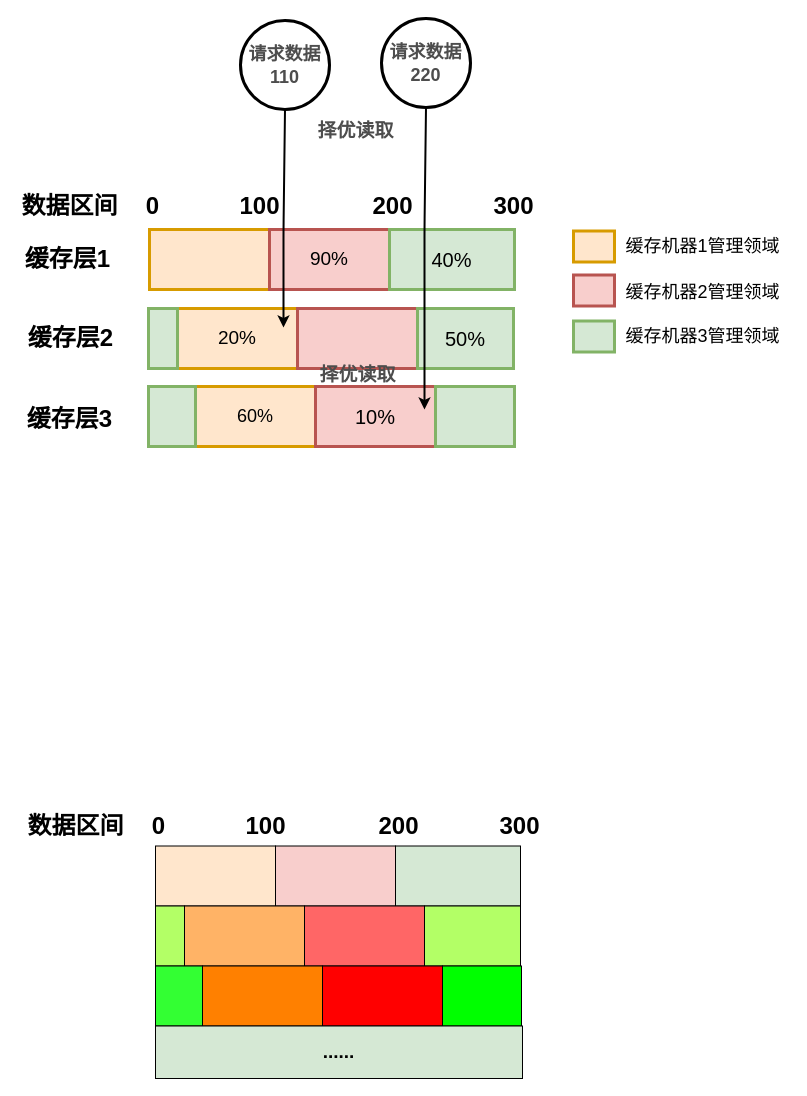
This is page "第 3 页" (3 of 4) of 未命名绘图.drawio from gettogetto/Flappybird, a draw.io file, before an edit. Source tidied: cells renumbered, new cells numbered last; positions are measured from the earlier drawing's top-left corner, leaving out a move shared by most shapes. Both pictures are drawn from the tidied source at 100%, with x=0, y=0 at pixel (17, 18).
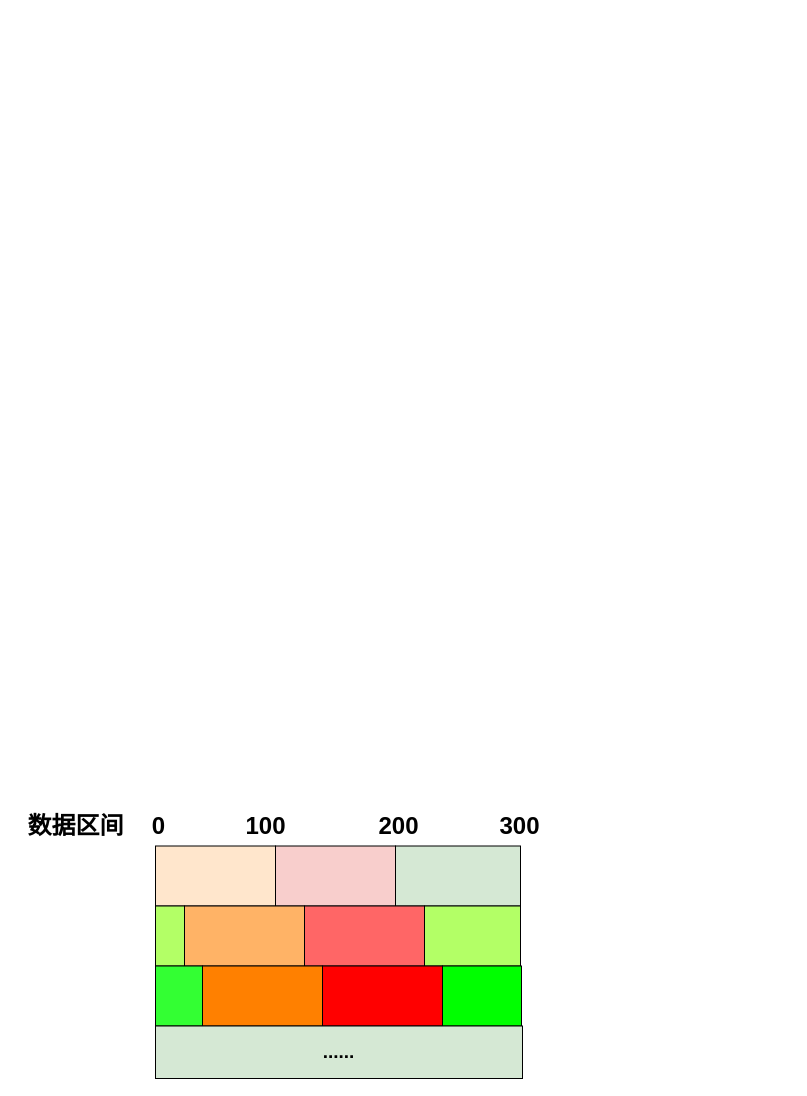
The same page after the edit.

Change to the diagram source:
```diff
@@
-    <mxCell id="2" style="rounded=0;whiteSpace=wrap;html=1;fillColor=#ffe6cc;strokeWidth=3;strokeColor=#d79b00;" parent="1" vertex="1">
-      <mxGeometry x="132" y="211" width="120" height="60" as="geometry" />
-    </mxCell>
-    <mxCell id="3" value="&lt;span&gt;&lt;font style=&quot;font-size: 19px&quot;&gt;90%&lt;/font&gt;&lt;/span&gt;" style="rounded=0;whiteSpace=wrap;html=1;fillColor=#f8cecc;strokeWidth=3;strokeColor=#b85450;" parent="1" vertex="1">
-      <mxGeometry x="252" y="211" width="120" height="60" as="geometry" />
-    </mxCell>
-    <mxCell id="4" value="40%" style="rounded=0;whiteSpace=wrap;html=1;fillColor=#d5e8d4;strokeWidth=3;strokeColor=#82b366;fontSize=20;" parent="1" vertex="1">
-      <mxGeometry x="372" y="211" width="125" height="60" as="geometry" />
-    </mxCell>
-    <mxCell id="5" value="缓存层1" style="text;strokeColor=none;fillColor=none;html=1;fontSize=24;fontStyle=1;verticalAlign=middle;align=center;" parent="1" vertex="1">
-      <mxGeometry y="221" width="100" height="40" as="geometry" />
-    </mxCell>
-    <mxCell id="6" value="缓存层2" style="text;strokeColor=none;fillColor=none;html=1;fontSize=24;fontStyle=1;verticalAlign=middle;align=center;" parent="1" vertex="1">
-      <mxGeometry x="3" y="300" width="100" height="40" as="geometry" />
-    </mxCell>
-    <mxCell id="7" value="缓存层3" style="text;strokeColor=none;fillColor=none;html=1;fontSize=24;fontStyle=1;verticalAlign=middle;align=center;" parent="1" vertex="1">
-      <mxGeometry x="2" y="381" width="100" height="40" as="geometry" />
-    </mxCell>
-    <mxCell id="8" value="&lt;font style=&quot;font-size: 19px&quot;&gt;20%&lt;/font&gt;" style="rounded=0;whiteSpace=wrap;html=1;fillColor=#ffe6cc;strokeWidth=3;strokeColor=#d79b00;" parent="1" vertex="1">
-      <mxGeometry x="160" y="290" width="120" height="60" as="geometry" />
-    </mxCell>
-    <mxCell id="9" style="rounded=0;whiteSpace=wrap;html=1;fillColor=#f8cecc;strokeWidth=3;strokeColor=#b85450;" parent="1" vertex="1">
-      <mxGeometry x="280" y="290" width="120" height="60" as="geometry" />
-    </mxCell>
-    <mxCell id="10" value="50%" style="rounded=0;whiteSpace=wrap;html=1;fillColor=#d5e8d4;strokeWidth=3;strokeColor=#82b366;fontSize=20;" parent="1" vertex="1">
-      <mxGeometry x="400" y="290" width="96" height="60" as="geometry" />
-    </mxCell>
-    <mxCell id="11" style="rounded=0;whiteSpace=wrap;html=1;fillColor=#d5e8d4;strokeWidth=3;strokeColor=#82b366;" parent="1" vertex="1">
-      <mxGeometry x="131" y="290" width="29" height="60" as="geometry" />
-    </mxCell>
-    <mxCell id="12" value="&lt;font style=&quot;font-size: 18px&quot;&gt;60%&lt;/font&gt;" style="rounded=0;whiteSpace=wrap;html=1;fillColor=#ffe6cc;strokeWidth=3;strokeColor=#d79b00;" parent="1" vertex="1">
-      <mxGeometry x="178" y="368" width="120" height="60" as="geometry" />
-    </mxCell>
-    <mxCell id="13" value="10%" style="rounded=0;whiteSpace=wrap;html=1;fillColor=#f8cecc;strokeWidth=3;strokeColor=#b85450;fontSize=20;" parent="1" vertex="1">
-      <mxGeometry x="298" y="368" width="120" height="60" as="geometry" />
-    </mxCell>
-    <mxCell id="14" style="rounded=0;whiteSpace=wrap;html=1;fillColor=#d5e8d4;strokeWidth=3;strokeColor=#82b366;" parent="1" vertex="1">
-      <mxGeometry x="418" y="368" width="79" height="60" as="geometry" />
-    </mxCell>
-    <mxCell id="15" style="rounded=0;whiteSpace=wrap;html=1;fillColor=#d5e8d4;strokeWidth=3;strokeColor=#82b366;" parent="1" vertex="1">
-      <mxGeometry x="131" y="368" width="47" height="60" as="geometry" />
-    </mxCell>
-    <mxCell id="16" style="rounded=0;whiteSpace=wrap;html=1;fillColor=#ffe6cc;strokeWidth=3;strokeColor=#d79b00;fontSize=16;" parent="1" vertex="1">
-      <mxGeometry x="556" y="212.5" width="41" height="31" as="geometry" />
-    </mxCell>
-    <mxCell id="17" value="缓存机器1管理领域" style="text;strokeColor=none;fillColor=none;html=1;fontSize=18;fontStyle=0;verticalAlign=middle;align=center;strokeWidth=1;" parent="1" vertex="1">
-      <mxGeometry x="597" y="208" width="176" height="40" as="geometry" />
-    </mxCell>
-    <mxCell id="18" style="rounded=0;whiteSpace=wrap;html=1;fillColor=#f8cecc;strokeWidth=3;strokeColor=#b85450;fontSize=16;" parent="1" vertex="1">
-      <mxGeometry x="556" y="256.5" width="41" height="31" as="geometry" />
-    </mxCell>
-    <mxCell id="19" value="缓存机器2管理领域" style="text;strokeColor=none;fillColor=none;html=1;fontSize=18;fontStyle=0;verticalAlign=middle;align=center;strokeWidth=1;" parent="1" vertex="1">
-      <mxGeometry x="624.5" y="254" width="121" height="40" as="geometry" />
-    </mxCell>
-    <mxCell id="20" style="rounded=0;whiteSpace=wrap;html=1;fillColor=#d5e8d4;strokeWidth=3;strokeColor=#82b366;fontSize=16;" parent="1" vertex="1">
-      <mxGeometry x="556" y="302.5" width="41" height="31" as="geometry" />
-    </mxCell>
-    <mxCell id="21" value="缓存机器3管理领域" style="text;strokeColor=none;fillColor=none;html=1;fontSize=18;fontStyle=0;verticalAlign=middle;align=center;strokeWidth=1;" parent="1" vertex="1">
-      <mxGeometry x="624.5" y="298" width="121" height="40" as="geometry" />
-    </mxCell>
-    <mxCell id="22" value="0" style="text;strokeColor=none;fillColor=none;html=1;fontSize=24;fontStyle=1;verticalAlign=middle;align=center;" parent="1" vertex="1">
-      <mxGeometry x="85" y="168" width="100" height="40" as="geometry" />
-    </mxCell>
-    <mxCell id="23" value="100" style="text;strokeColor=none;fillColor=none;html=1;fontSize=24;fontStyle=1;verticalAlign=middle;align=center;" parent="1" vertex="1">
-      <mxGeometry x="192" y="168" width="100" height="40" as="geometry" />
-    </mxCell>
-    <mxCell id="24" value="200" style="text;strokeColor=none;fillColor=none;html=1;fontSize=24;fontStyle=1;verticalAlign=middle;align=center;" parent="1" vertex="1">
-      <mxGeometry x="325" y="168" width="100" height="40" as="geometry" />
-    </mxCell>
-    <mxCell id="25" value="300" style="text;strokeColor=none;fillColor=none;html=1;fontSize=24;fontStyle=1;verticalAlign=middle;align=center;" parent="1" vertex="1">
-      <mxGeometry x="446" y="168" width="100" height="40" as="geometry" />
-    </mxCell>
-    <mxCell id="26" value="数据区间" style="text;strokeColor=none;fillColor=none;html=1;fontSize=24;fontStyle=1;verticalAlign=middle;align=center;" parent="1" vertex="1">
-      <mxGeometry x="2" y="168" width="100" height="40" as="geometry" />
-    </mxCell>
-    <mxCell id="27" value="&lt;font style=&quot;font-size: 18px&quot;&gt;&lt;b&gt;请求数据110&lt;/b&gt;&lt;/font&gt;" style="ellipse;whiteSpace=wrap;html=1;fontSize=19;fontColor=#4D4D4D;strokeWidth=3;fillColor=none;" parent="1" vertex="1">
-      <mxGeometry x="223" y="2" width="89" height="89" as="geometry" />
-    </mxCell>
-    <mxCell id="28" style="endArrow=classic;html=1;fontSize=19;fontColor=#4D4D4D;strokeWidth=2;fillColor=#1A1A1A;exitX=0.5;exitY=1;exitDx=0;exitDy=0;" parent="1" edge="1" source="27">
-      <mxGeometry relative="1" as="geometry">
-        <mxPoint x="266" y="309" as="targetPoint" />
-        <Array as="points">
-          <mxPoint x="266" y="212" />
-        </Array>
-      </mxGeometry>
-    </mxCell>
-    <mxCell id="29" value="择优读取" style="text;html=1;strokeColor=none;fillColor=none;align=center;verticalAlign=middle;whiteSpace=wrap;rounded=0;fontSize=19;fontColor=#4D4D4D;strokeWidth=2;fontStyle=1;" parent="1" vertex="1">
-      <mxGeometry x="297" y="103" width="83" height="20" as="geometry" />
-    </mxCell>
-    <mxCell id="30" value="&lt;font style=&quot;font-size: 18px&quot;&gt;&lt;b&gt;请求数据220&lt;/b&gt;&lt;/font&gt;" style="ellipse;whiteSpace=wrap;html=1;fontSize=19;fontColor=#4D4D4D;strokeWidth=3;fillColor=none;" parent="1" vertex="1">
-      <mxGeometry x="364" width="89" height="89" as="geometry" />
-    </mxCell>
-    <mxCell id="31" style="endArrow=classic;html=1;fontSize=19;fontColor=#4D4D4D;strokeWidth=2;fillColor=#1A1A1A;exitX=0.5;exitY=1;exitDx=0;exitDy=0;" parent="1" edge="1" source="30">
-      <mxGeometry relative="1" as="geometry">
-        <mxPoint x="407" y="391" as="targetPoint" />
-        <Array as="points">
-          <mxPoint x="407" y="210" />
-        </Array>
-      </mxGeometry>
-    </mxCell>
@@
-    <mxCell id="44" value="择优读取" style="text;html=1;strokeColor=none;fillColor=none;align=center;verticalAlign=middle;whiteSpace=wrap;rounded=0;fontSize=19;fontColor=#4D4D4D;strokeWidth=2;fontStyle=1;" parent="1" vertex="1">
-      <mxGeometry x="299" y="346.5" width="83" height="20" as="geometry" />
-    </mxCell>
```
